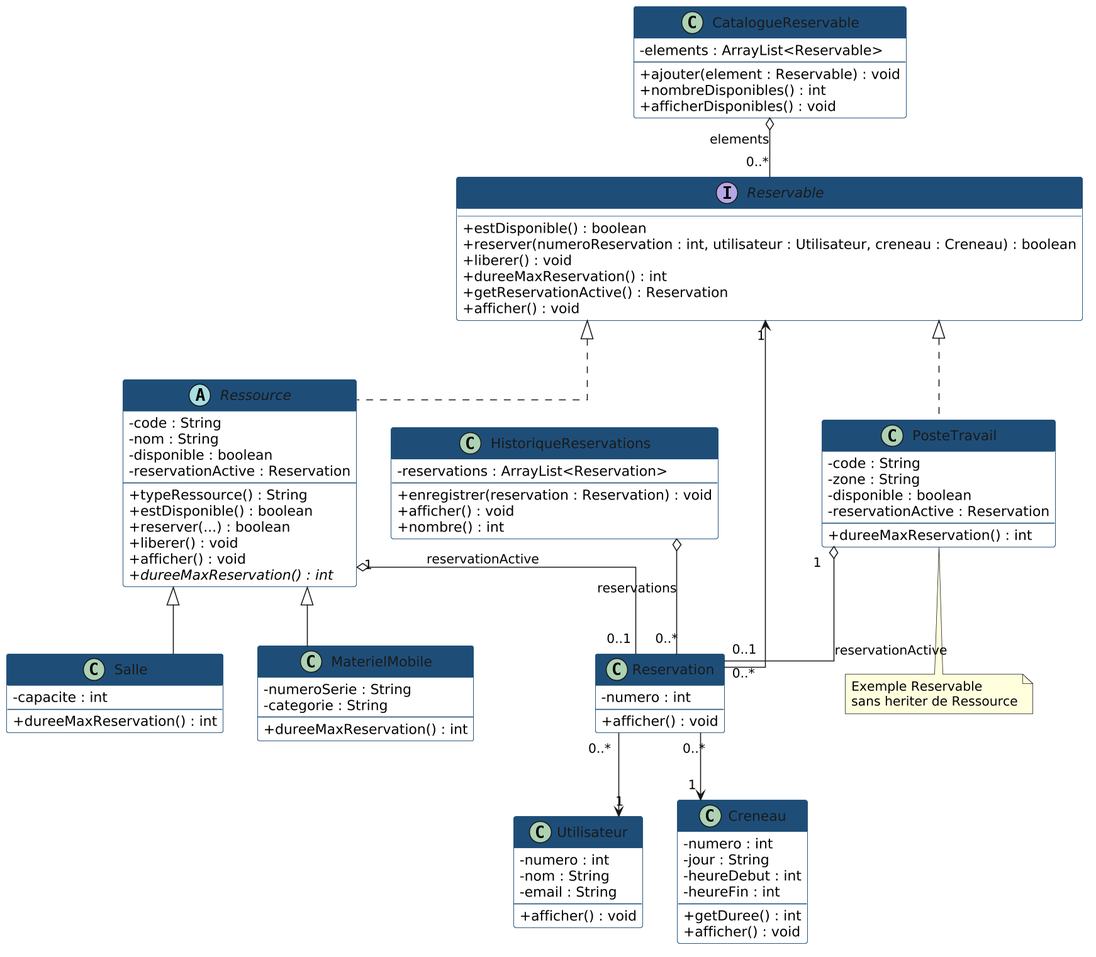
Earlier version of the PlantUML export docs/Diagrammes de classes.png (Ed-sudo-collab/poo-RESFLOW-groupe2). The source it was exported from:
```plantuml
@startuml
skinparam backgroundColor white
skinparam shadowing false
skinparam classAttributeIconSize 0
skinparam linetype ortho
skinparam dpi 150

skinparam interface {
  BackgroundColor #E8F0FE
  BorderColor #1F4E79
  FontColor #1F4E79
}

skinparam abstract {
  BackgroundColor #FFF8E8
  BorderColor #1F4E79
}

skinparam class {
  BackgroundColor #FFFFFF
  BorderColor #1F4E79
  HeaderBackgroundColor #1F4E79
  FontColor #1A1A1A
}

interface Reservable {
  + estDisponible() : boolean
  + reserver(numeroReservation : int, utilisateur : Utilisateur, creneau : Creneau) : boolean
  + liberer() : void
  + dureeMaxReservation() : int
  + getReservationActive() : Reservation
  + afficher() : void
}

abstract class Ressource {
  - code : String
  - nom : String
  - disponible : boolean
  - reservationActive : Reservation
  --
  + typeRessource() : String
  + estDisponible() : boolean
  + reserver(...) : boolean
  + liberer() : void
  + afficher() : void
  + {abstract} dureeMaxReservation() : int
}

class Salle {
  - capacite : int
  --
  + dureeMaxReservation() : int
}

class MaterielMobile {
  - numeroSerie : String
  - categorie : String
  --
  + dureeMaxReservation() : int
}

class PosteTravail {
  - code : String
  - zone : String
  - disponible : boolean
  - reservationActive : Reservation
  --
  + dureeMaxReservation() : int
}

class Utilisateur {
  - numero : int
  - nom : String
  - email : String
  --
  + afficher() : void
}

class Creneau {
  - numero : int
  - jour : String
  - heureDebut : int
  - heureFin : int
  --
  + getDuree() : int
  + afficher() : void
}

class Reservation {
  - numero : int
  --
  + afficher() : void
}

class CatalogueReservable {
  - elements : ArrayList<Reservable>
  --
  + ajouter(element : Reservable) : void
  + nombreDisponibles() : int
  + afficherDisponibles() : void
}

class HistoriqueReservations {
  - reservations : ArrayList<Reservation>
  --
  + enregistrer(reservation : Reservation) : void
  + afficher() : void
  + nombre() : int
}

CatalogueReservable o-- "0..*" Reservable : elements
HistoriqueReservations o-- "0..*" Reservation : reservations

Reservable <|.. Ressource
Reservable <|.. PosteTravail
Ressource <|-- Salle
Ressource <|-- MaterielMobile

Ressource "1" o-- "0..1" Reservation : reservationActive
PosteTravail "1" o-- "0..1" Reservation : reservationActive
Reservation "0..*" --> "1" Reservable
Reservation "0..*" --> "1" Utilisateur
Reservation "0..*" --> "1" Creneau

note bottom of PosteTravail
  Exemple Reservable
  sans heriter de Ressource
end note
@enduml
```
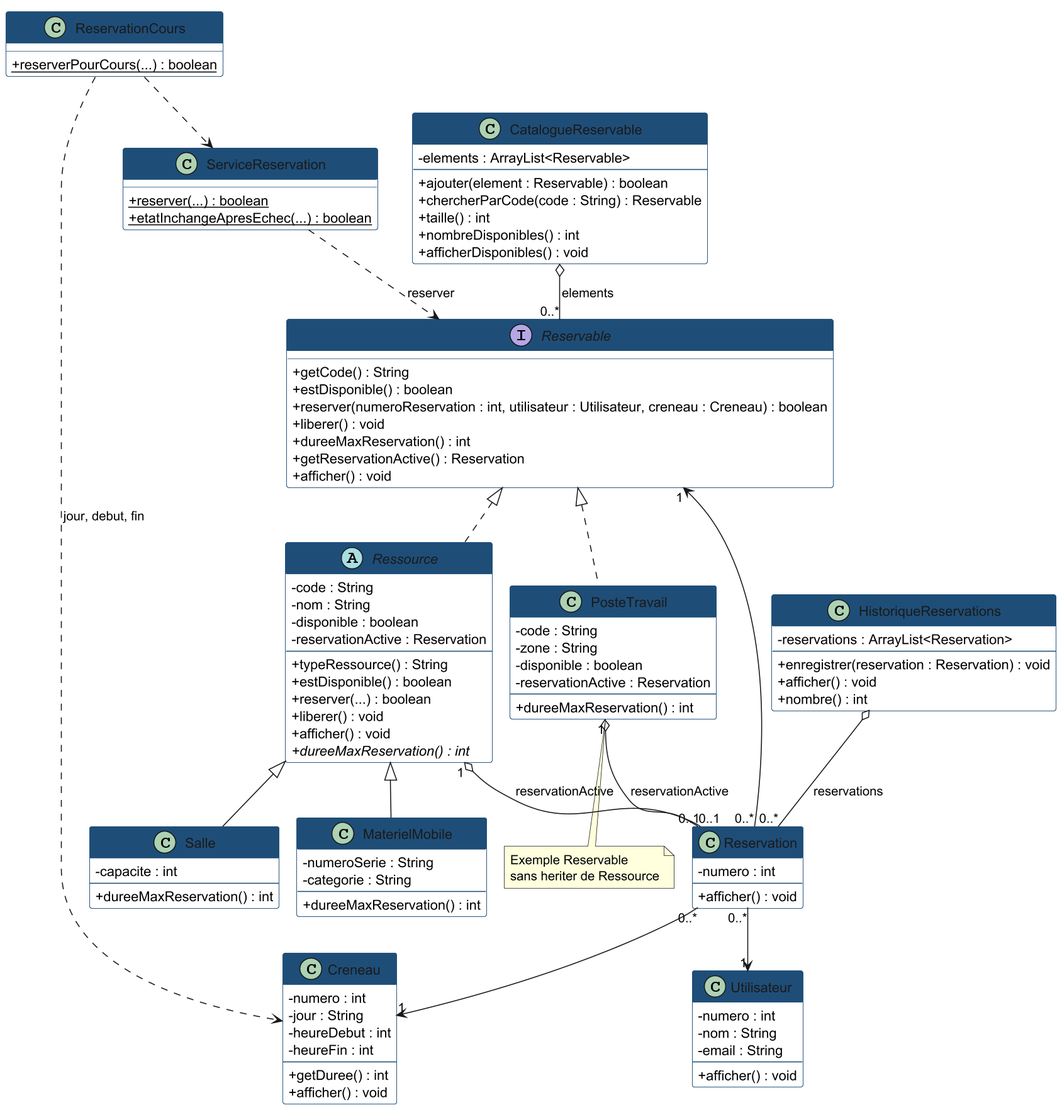
After the commit.

Commit message:
Aligne le diagramme de classes sur le code de la version finale.

The edit, as a diff of the source:
```diff
@@ -1,4 +1,5 @@
 @startuml
+!pragma layout smetana
 skinparam backgroundColor white
 skinparam shadowing false
 skinparam classAttributeIconSize 0
@@ -24,6 +25,7 @@
 }
 
 interface Reservable {
+  + getCode() : String
   + estDisponible() : boolean
   + reserver(numeroReservation : int, utilisateur : Utilisateur, creneau : Creneau) : boolean
   + liberer() : void
@@ -95,9 +97,20 @@
 class CatalogueReservable {
   - elements : ArrayList<Reservable>
   --
-  + ajouter(element : Reservable) : void
+  + ajouter(element : Reservable) : boolean
+  + chercherParCode(code : String) : Reservable
+  + taille() : int
   + nombreDisponibles() : int
   + afficherDisponibles() : void
+}
+
+class ServiceReservation {
+  + {static} reserver(...) : boolean
+  + {static} etatInchangeApresEchec(...) : boolean
+}
+
+class ReservationCours {
+  + {static} reserverPourCours(...) : boolean
 }
 
 class HistoriqueReservations {
@@ -107,6 +120,10 @@
   + afficher() : void
   + nombre() : int
 }
+
+ServiceReservation ..> Reservable : reserver
+ReservationCours ..> ServiceReservation
+ReservationCours ..> Creneau : jour, debut, fin
 
 CatalogueReservable o-- "0..*" Reservable : elements
 HistoriqueReservations o-- "0..*" Reservation : reservations
@@ -126,4 +143,5 @@
   Exemple Reservable
   sans heriter de Ressource
 end note
+
 @enduml
```
